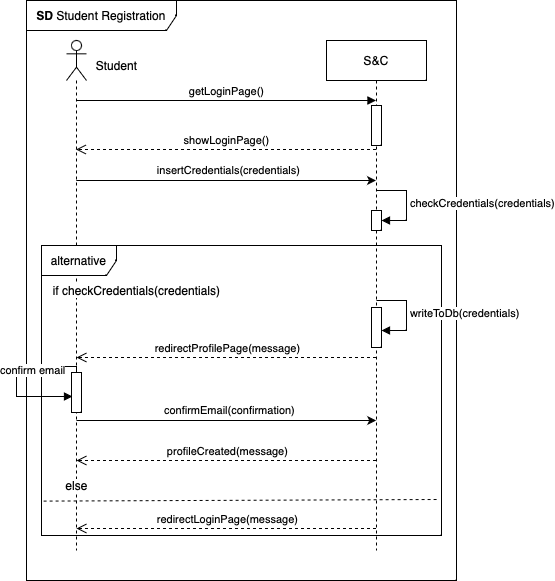
Earlier version of the draw.io export RASD/Images/UseCases/StudentRegistration.drawio.png (edogriba/GribaldoRosa). Source tidied: cells renumbered, new cells last; positions are measured from the earlier drawing's top-left corner, leaving out a move shared by most shapes.
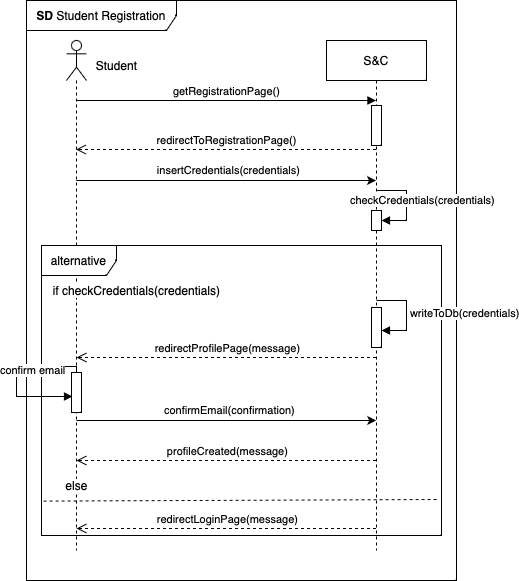
After the commit.

The edit, as a diff of the source:
```diff
@@ -2,7 +2,7 @@
   <root>
     <mxCell id="0" />
     <mxCell id="1" parent="0" />
-    <mxCell id="2" value="getLoginPage()" style="html=1;verticalAlign=bottom;endArrow=block;edgeStyle=elbowEdgeStyle;elbow=vertical;curved=0;rounded=0;" parent="1" edge="1">
+    <mxCell id="2" value="getRegistrationPage()" style="html=1;verticalAlign=bottom;endArrow=block;edgeStyle=elbowEdgeStyle;elbow=vertical;curved=0;rounded=0;" parent="1" edge="1">
       <mxGeometry relative="1" as="geometry">
         <mxPoint x="59.8" y="100" as="sourcePoint" />
         <mxPoint x="359.5" y="100" as="targetPoint" />
@@ -25,12 +25,13 @@
       <mxGeometry x="45" y="170" width="10" height="20" as="geometry" />
     </mxCell>
     <mxCell id="7" value="checkCredentials(credentials)" style="html=1;align=left;spacingLeft=2;endArrow=block;rounded=0;edgeStyle=orthogonalEdgeStyle;curved=0;rounded=0;" parent="4" edge="1" target="6">
-      <mxGeometry relative="1" as="geometry">
+      <mxGeometry x="-1" y="-32" relative="1" as="geometry">
         <mxPoint x="50" y="150" as="sourcePoint" />
         <Array as="points">
           <mxPoint x="80" y="150" />
           <mxPoint x="80" y="180" />
         </Array>
+        <mxPoint x="-30" y="-22" as="offset" />
       </mxGeometry>
     </mxCell>
     <mxCell id="8" style="edgeStyle=orthogonalEdgeStyle;rounded=0;orthogonalLoop=1;jettySize=auto;html=1;curved=0;" parent="1" edge="1">
@@ -50,7 +51,7 @@
     <mxCell id="11" value="Student" style="text;html=1;align=center;verticalAlign=middle;strokeColor=none;fillColor=none;" parent="1" vertex="1">
       <mxGeometry x="70" y="50" width="60" height="30" as="geometry" />
     </mxCell>
-    <mxCell id="12" value="showLoginPage()" style="html=1;verticalAlign=bottom;endArrow=open;dashed=1;endSize=8;curved=0;rounded=0;" parent="1" edge="1">
+    <mxCell id="12" value="redirectToRegistrationPage()" style="html=1;verticalAlign=bottom;endArrow=open;dashed=1;endSize=8;curved=0;rounded=0;" parent="1" edge="1">
       <mxGeometry relative="1" as="geometry">
         <mxPoint x="359.5" y="149" as="sourcePoint" />
         <mxPoint x="59.5" y="149" as="targetPoint" />
```
